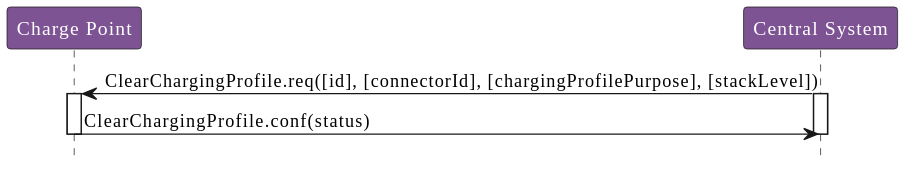
This is OCPP_1.6/images/figure_26.svg from phoi5675/ocpp-markdown, a PlantUML export, as it was before one commit. Its diagram source:
```plantuml
@startuml
!include style.puml

participant "Charge Point" as ChargePoint
participant "Central System" as CentralSystem

CentralSystem -> ChargePoint : ClearChargingProfile.req([id], [connectorId], [chargingProfilePurpose], [stackLevel])

activate ChargePoint
activate CentralSystem

ChargePoint -> CentralSystem : ClearChargingProfile.conf(status)

deactivate CentralSystem
deactivate ChargePoint
@enduml
```
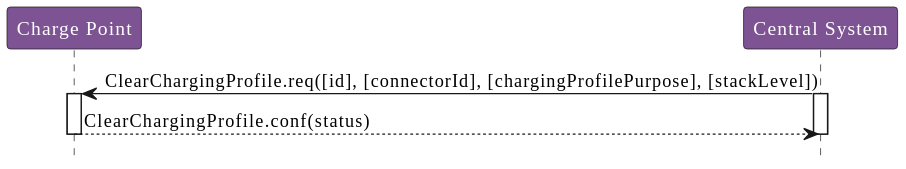
After the commit.

What changed in the source:
```diff
@@ -5,12 +5,10 @@
 participant "Central System" as CentralSystem
 
 CentralSystem -> ChargePoint : ClearChargingProfile.req([id], [connectorId], [chargingProfilePurpose], [stackLevel])
-
 activate ChargePoint
 activate CentralSystem
 
-ChargePoint -> CentralSystem : ClearChargingProfile.conf(status)
-
+ChargePoint --> CentralSystem : ClearChargingProfile.conf(status)
 deactivate CentralSystem
 deactivate ChargePoint
 @enduml
```
